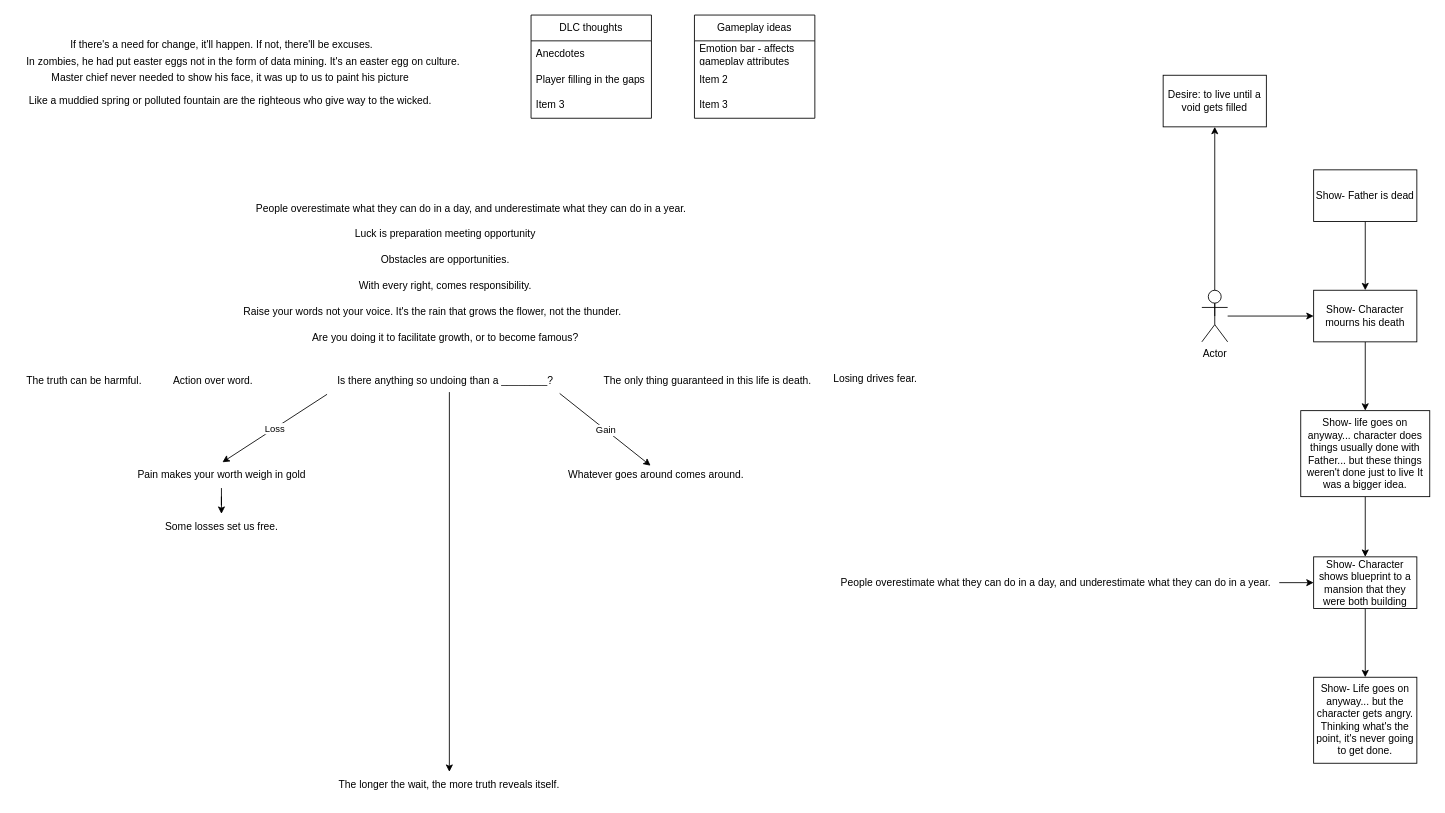
This is Plans.drawio from HasinJ/Elements-Platformer, a draw.io file, before an edit. Source tidied: cells renumbered, new cells numbered last; positions are measured from the earlier drawing's top-left corner, leaving out a move shared by most shapes. Both pictures are drawn from the tidied source at 86%, with x=0, y=0 at pixel (15, 15).
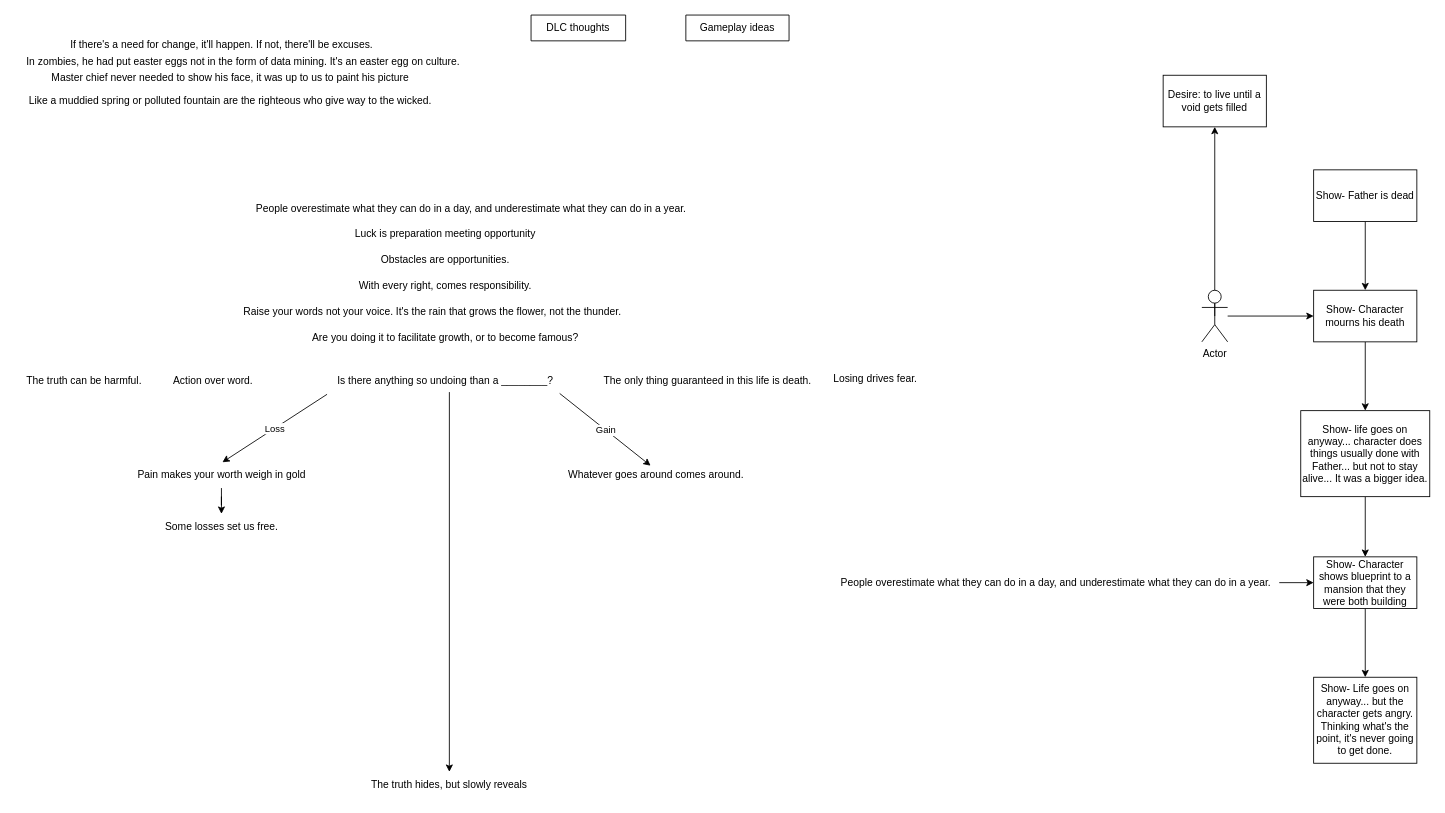
The same page after the edit.

Commit message:
Some gameplay ideas for movement, and beginning of story

Diff of the diagram source:
```diff
@@
-    <mxCell id="16" value="The longer the wait, the more truth reveals itself." style="text;html=1;align=center;verticalAlign=middle;whiteSpace=wrap;rounded=0;" parent="1" vertex="1">
+    <mxCell id="16" value="The truth hides, but slowly reveals" style="text;html=1;align=center;verticalAlign=middle;whiteSpace=wrap;rounded=0;" parent="1" vertex="1">
       <mxGeometry x="355" y="880" width="300" height="30" as="geometry" />
     </mxCell>
@@
-    <mxCell id="37" value="&lt;div&gt;Show- life goes on anyway... character does things usually done with Father... but these things weren't done just to live It was a bigger idea. &lt;br&gt;&lt;/div&gt;" style="rounded=0;whiteSpace=wrap;html=1;" parent="1" vertex="1">
+    <mxCell id="37" value="&lt;div&gt;Show- life goes on anyway... character does things usually done with Father... but not to stay alive... It was a bigger idea. &lt;br&gt;&lt;/div&gt;" style="rounded=0;whiteSpace=wrap;html=1;" parent="1" vertex="1">
       <mxGeometry x="1495" y="460" width="150" height="100" as="geometry" />
     </mxCell>
@@
-    <mxCell id="42" value="&lt;div&gt;DLC thoughts&lt;/div&gt;" style="swimlane;fontStyle=0;horizontal=1;startSize=30;whiteSpace=wrap;html=1;" parent="1" vertex="1">
-      <mxGeometry x="600" width="140" height="120" as="geometry" />
+    <mxCell id="42" value="&lt;div&gt;DLC thoughts&lt;/div&gt;" style="swimlane;fontStyle=0;horizontal=1;startSize=30;whiteSpace=wrap;html=1;" parent="1" vertex="1" collapsed="1">
+      <mxGeometry x="600" width="110" height="30" as="geometry" />
     </mxCell>
-    <mxCell id="43" value="&lt;div&gt;Anecdotes&lt;/div&gt;" style="text;strokeColor=none;fillColor=none;align=left;verticalAlign=middle;spacingLeft=4;spacingRight=4;overflow=hidden;whiteSpace=wrap;html=1;" parent="42" vertex="1">
-      <mxGeometry y="30" width="140" height="30" as="geometry" />
-    </mxCell>
-    <mxCell id="44" value="Player filling in the gaps" style="text;strokeColor=none;fillColor=none;align=left;verticalAlign=middle;spacingLeft=4;spacingRight=4;overflow=hidden;whiteSpace=wrap;html=1;" parent="42" vertex="1">
-      <mxGeometry y="60" width="140" height="30" as="geometry" />
-    </mxCell>
-    <mxCell id="45" value="Item 3" style="text;strokeColor=none;fillColor=none;align=left;verticalAlign=middle;spacingLeft=4;spacingRight=4;overflow=hidden;whiteSpace=wrap;html=1;" parent="42" vertex="1">
-      <mxGeometry y="90" width="140" height="30" as="geometry" />
-    </mxCell>
-    <mxCell id="46" value="Gameplay ideas" style="swimlane;fontStyle=0;horizontal=1;startSize=30;whiteSpace=wrap;html=1;" parent="1" vertex="1">
-      <mxGeometry x="790" width="140" height="120" as="geometry" />
+    <mxCell id="46" value="Gameplay ideas" style="swimlane;fontStyle=0;horizontal=1;startSize=30;whiteSpace=wrap;html=1;" parent="1" vertex="1" collapsed="1">
+      <mxGeometry x="780" width="120" height="30" as="geometry" />
     </mxCell>
-    <mxCell id="47" value="Emotion bar - affects gameplay attributes" style="text;strokeColor=none;fillColor=none;align=left;verticalAlign=middle;spacingLeft=4;spacingRight=4;overflow=hidden;whiteSpace=wrap;html=1;" parent="46" vertex="1">
-      <mxGeometry y="30" width="140" height="30" as="geometry" />
-    </mxCell>
-    <mxCell id="48" value="Item 2" style="text;strokeColor=none;fillColor=none;align=left;verticalAlign=middle;spacingLeft=4;spacingRight=4;overflow=hidden;whiteSpace=wrap;html=1;" parent="46" vertex="1">
-      <mxGeometry y="60" width="140" height="30" as="geometry" />
-    </mxCell>
-    <mxCell id="49" value="Item 3" style="text;strokeColor=none;fillColor=none;align=left;verticalAlign=middle;spacingLeft=4;spacingRight=4;overflow=hidden;whiteSpace=wrap;html=1;" parent="46" vertex="1">
-      <mxGeometry y="90" width="140" height="30" as="geometry" />
-    </mxCell>
```
